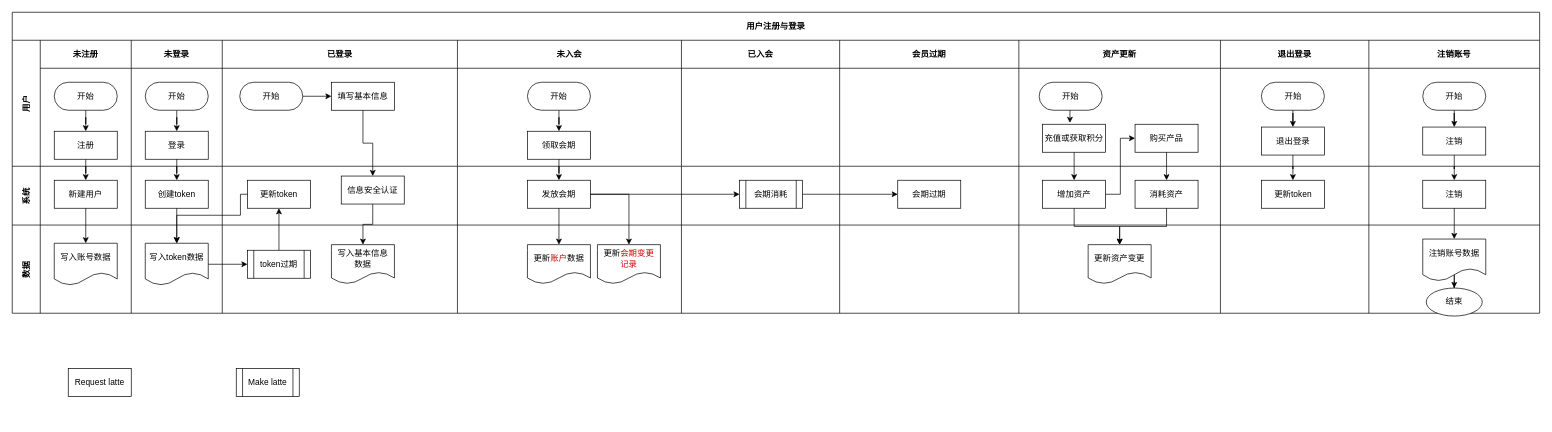
Before: page "第 2 页" (2 of 3) of wisdom-functions.drawio in joywt/drowin-folder, a draw.io diagram. Source tidied: cells renumbered, new cells numbered last; positions are measured from the earlier drawing's top-left corner, leaving out a move shared by most shapes. Both pictures are drawn from the tidied source at 70%, with x=0, y=0 at pixel (12, 12).
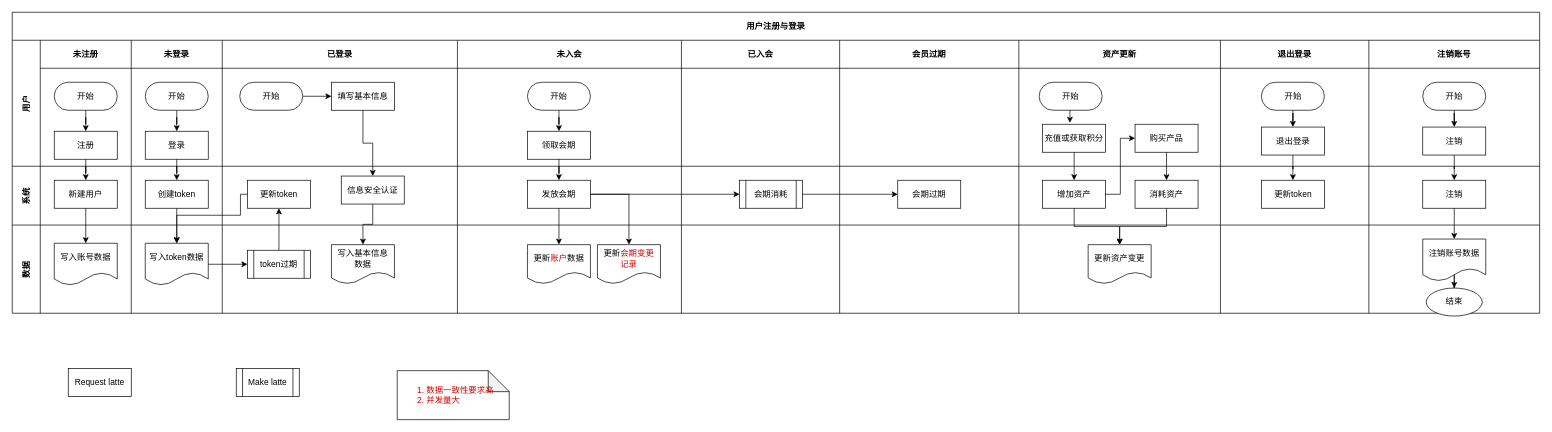
Above is the later version.

Change to the diagram source:
```diff
@@
+    <mxCell id="103" value="&lt;ol&gt;&lt;li&gt;数据一致性要求高&lt;/li&gt;&lt;li&gt;并发量大&lt;/li&gt;&lt;/ol&gt;" style="shape=note;whiteSpace=wrap;html=1;backgroundOutline=1;darkOpacity=0.05;glass=0;strokeColor=default;fontColor=#CC0000;fillColor=none;align=left;" parent="1" vertex="1">
+      <mxGeometry x="550" y="512" width="160" height="70" as="geometry" />
+    </mxCell>
```
